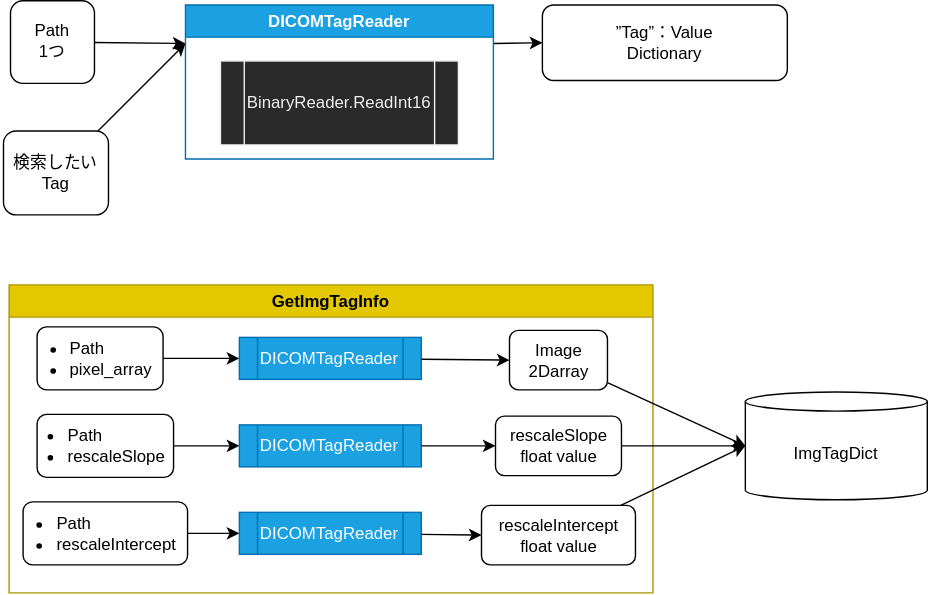
The draw.io diagram DICOMReader.drawio.svg in nawaday-code/Protector_controller, before a commit. Source tidied: cells renumbered, new cells last; positions are measured from the earlier drawing's top-left corner, leaving out a move shared by most shapes.
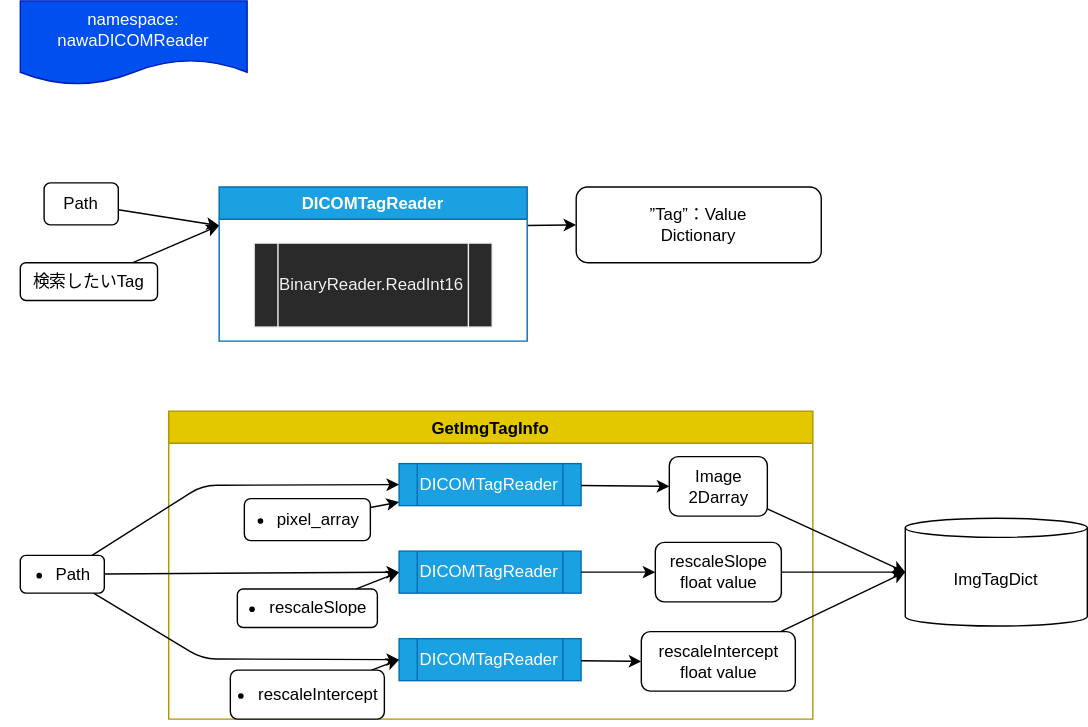
After the commit.

The edit, as a diff of the source:
```diff
@@ -6,7 +6,7 @@
       <mxGeometry relative="1" as="geometry" />
     </mxCell>
     <mxCell id="3" value="DICOMTagReader" style="swimlane;fillColor=#1ba1e2;strokeColor=#006EAF;fontColor=#ffffff;" parent="1" vertex="1">
-      <mxGeometry x="130" y="3" width="220" height="110" as="geometry" />
+      <mxGeometry x="142" y="133" width="220" height="110" as="geometry" />
     </mxCell>
     <mxCell id="4" value="BinaryReader.ReadInt16" style="shape=process;whiteSpace=wrap;html=1;backgroundOutline=1;fontFamily=Helvetica;fontSize=12;fontColor=#f0f0f0;align=center;strokeColor=#f0f0f0;fillColor=#2a2a2a;" parent="3" vertex="1">
       <mxGeometry x="25" y="40" width="170" height="60" as="geometry" />
@@ -14,20 +14,20 @@
     <mxCell id="5" style="edgeStyle=none;html=1;entryX=0;entryY=0.25;entryDx=0;entryDy=0;" parent="1" edge="1" source="6" target="3">
       <mxGeometry relative="1" as="geometry" />
     </mxCell>
-    <mxCell id="6" value="Path&lt;br&gt;1つ" style="rounded=1;whiteSpace=wrap;html=1;" parent="1" vertex="1">
-      <mxGeometry x="5" width="60" height="59" as="geometry" />
+    <mxCell id="6" value="Path" style="rounded=1;whiteSpace=wrap;html=1;" parent="1" vertex="1">
+      <mxGeometry x="17" y="130" width="53" height="30" as="geometry" />
     </mxCell>
     <mxCell id="7" style="edgeStyle=none;html=1;entryX=0;entryY=0.25;entryDx=0;entryDy=0;startArrow=none;startFill=0;" parent="1" edge="1" source="8" target="3">
       <mxGeometry relative="1" as="geometry" />
     </mxCell>
     <mxCell id="8" value="検索したいTag" style="rounded=1;whiteSpace=wrap;html=1;" parent="1" vertex="1">
-      <mxGeometry y="93" width="75" height="60" as="geometry" />
+      <mxGeometry y="187" width="98" height="27" as="geometry" />
     </mxCell>
     <mxCell id="9" value="”Tag”：Value&lt;br&gt;Dictionary" style="rounded=1;whiteSpace=wrap;html=1;" parent="1" vertex="1">
-      <mxGeometry x="385" y="3" width="175" height="54" as="geometry" />
+      <mxGeometry x="397" y="133" width="175" height="54" as="geometry" />
     </mxCell>
     <mxCell id="10" value="GetImgTagInfo" style="swimlane;fillColor=#e3c800;strokeColor=#B09500;fontColor=#000000;" parent="1" vertex="1">
-      <mxGeometry x="4" y="203" width="460" height="220" as="geometry" />
+      <mxGeometry x="106" y="293" width="460" height="220" as="geometry" />
     </mxCell>
     <mxCell id="11" value="DICOMTagReader" style="shape=process;whiteSpace=wrap;html=1;backgroundOutline=1;fillColor=#1ba1e2;strokeColor=#006EAF;fontColor=#ffffff;" parent="10" vertex="1">
       <mxGeometry x="164.5" y="162.5" width="130" height="30" as="geometry" />
@@ -38,8 +38,8 @@
     <mxCell id="13" style="edgeStyle=none;html=1;entryX=0;entryY=0.5;entryDx=0;entryDy=0;" parent="10" edge="1" source="11" target="12">
       <mxGeometry relative="1" as="geometry" />
     </mxCell>
-    <mxCell id="14" value="&lt;ul&gt;&lt;li style=&quot;text-align: left&quot;&gt;&lt;span&gt;Path&lt;/span&gt;&lt;/li&gt;&lt;li style=&quot;text-align: left&quot;&gt;pixel_array&lt;/li&gt;&lt;/ul&gt;" style="rounded=1;whiteSpace=wrap;html=1;labelPosition=center;verticalLabelPosition=middle;align=center;verticalAlign=middle;textDirection=ltr;spacing=2;spacingLeft=-24;" parent="10" vertex="1">
-      <mxGeometry x="20" y="30" width="90" height="45" as="geometry" />
+    <mxCell id="14" value="&lt;ul&gt;&lt;li style=&quot;text-align: left&quot;&gt;pixel_array&lt;/li&gt;&lt;/ul&gt;" style="rounded=1;whiteSpace=wrap;html=1;labelPosition=center;verticalLabelPosition=middle;align=center;verticalAlign=middle;textDirection=ltr;spacing=2;spacingLeft=-24;" parent="10" vertex="1">
+      <mxGeometry x="54" y="62.5" width="90" height="30" as="geometry" />
     </mxCell>
     <mxCell id="15" value="DICOMTagReader" style="shape=process;whiteSpace=wrap;html=1;backgroundOutline=1;fillColor=#1ba1e2;strokeColor=#006EAF;fontColor=#ffffff;" parent="10" vertex="1">
       <mxGeometry x="164.5" y="37.5" width="130" height="30" as="geometry" />
@@ -53,8 +53,8 @@
     <mxCell id="18" style="edgeStyle=none;html=1;entryX=0;entryY=0.5;entryDx=0;entryDy=0;" parent="10" edge="1" source="15" target="17">
       <mxGeometry relative="1" as="geometry" />
     </mxCell>
-    <mxCell id="19" value="&lt;ul&gt;&lt;li style=&quot;text-align: left&quot;&gt;&lt;span&gt;Path&lt;/span&gt;&lt;/li&gt;&lt;li style=&quot;text-align: left&quot;&gt;rescaleSlope&lt;/li&gt;&lt;/ul&gt;" style="rounded=1;whiteSpace=wrap;html=1;labelPosition=center;verticalLabelPosition=middle;align=center;verticalAlign=middle;textDirection=ltr;spacing=2;spacingLeft=-24;" parent="10" vertex="1">
-      <mxGeometry x="20" y="92.5" width="97.5" height="45" as="geometry" />
+    <mxCell id="19" value="&lt;ul&gt;&lt;li style=&quot;text-align: left&quot;&gt;rescaleSlope&lt;/li&gt;&lt;/ul&gt;" style="rounded=1;whiteSpace=wrap;html=1;labelPosition=center;verticalLabelPosition=middle;align=center;verticalAlign=middle;textDirection=ltr;spacing=2;spacingLeft=-24;" parent="10" vertex="1">
+      <mxGeometry x="49" y="127" width="100" height="27.5" as="geometry" />
     </mxCell>
     <mxCell id="20" value="DICOMTagReader" style="shape=process;whiteSpace=wrap;html=1;backgroundOutline=1;fillColor=#1ba1e2;strokeColor=#006EAF;fontColor=#ffffff;" parent="10" vertex="1">
       <mxGeometry x="164.5" y="100" width="130" height="30" as="geometry" />
@@ -71,11 +71,11 @@
     <mxCell id="24" style="edgeStyle=none;html=1;entryX=0;entryY=0.5;entryDx=0;entryDy=0;" parent="10" edge="1" source="25" target="11">
       <mxGeometry relative="1" as="geometry" />
     </mxCell>
-    <mxCell id="25" value="&lt;ul&gt;&lt;li style=&quot;text-align: left&quot;&gt;&lt;span&gt;Path&lt;/span&gt;&lt;/li&gt;&lt;li style=&quot;text-align: left&quot;&gt;rescaleIntercept&lt;/li&gt;&lt;/ul&gt;" style="rounded=1;whiteSpace=wrap;html=1;labelPosition=center;verticalLabelPosition=middle;align=center;verticalAlign=middle;textDirection=ltr;spacing=2;spacingLeft=-24;" parent="10" vertex="1">
-      <mxGeometry x="10" y="155" width="117.5" height="45" as="geometry" />
+    <mxCell id="25" value="&lt;ul&gt;&lt;li style=&quot;text-align: left&quot;&gt;&lt;span&gt;rescaleIntercept&lt;/span&gt;&lt;br&gt;&lt;/li&gt;&lt;/ul&gt;" style="rounded=1;whiteSpace=wrap;html=1;labelPosition=center;verticalLabelPosition=middle;align=center;verticalAlign=middle;textDirection=ltr;spacing=2;spacingLeft=-24;" parent="10" vertex="1">
+      <mxGeometry x="44" y="185" width="110" height="35" as="geometry" />
     </mxCell>
     <mxCell id="26" value="ImgTagDict" style="shape=cylinder3;whiteSpace=wrap;html=1;boundedLbl=1;backgroundOutline=1;size=6.823550953584629;" parent="1" vertex="1">
-      <mxGeometry x="530" y="279.5" width="130" height="77" as="geometry" />
+      <mxGeometry x="632" y="369.5" width="130" height="77" as="geometry" />
     </mxCell>
     <mxCell id="27" style="edgeStyle=none;html=1;entryX=0;entryY=0.5;entryDx=0;entryDy=0;entryPerimeter=0;" parent="1" edge="1" source="17" target="26">
       <mxGeometry relative="1" as="geometry" />
@@ -86,5 +86,28 @@
     <mxCell id="29" style="edgeStyle=none;html=1;entryX=0;entryY=0.5;entryDx=0;entryDy=0;entryPerimeter=0;" parent="1" edge="1" source="12" target="26">
       <mxGeometry relative="1" as="geometry" />
     </mxCell>
+    <mxCell id="30" value="namespace:&lt;br&gt;nawaDICOMReader" style="shape=document;whiteSpace=wrap;html=1;boundedLbl=1;fontFamily=Helvetica;fontSize=12;fontColor=#ffffff;align=center;strokeColor=#001DBC;fillColor=#0050ef;" parent="1" vertex="1">
+      <mxGeometry width="162" height="60" as="geometry" />
+    </mxCell>
+    <mxCell id="31" style="edgeStyle=none;html=1;entryX=0;entryY=0.5;entryDx=0;entryDy=0;" parent="1" edge="1" source="34" target="15">
+      <mxGeometry relative="1" as="geometry">
+        <Array as="points">
+          <mxPoint x="130" y="346" />
+        </Array>
+      </mxGeometry>
+    </mxCell>
+    <mxCell id="32" style="edgeStyle=none;html=1;entryX=0;entryY=0.5;entryDx=0;entryDy=0;" parent="1" edge="1" source="34" target="20">
+      <mxGeometry relative="1" as="geometry" />
+    </mxCell>
+    <mxCell id="33" style="edgeStyle=none;html=1;entryX=0;entryY=0.5;entryDx=0;entryDy=0;" parent="1" edge="1" source="34" target="11">
+      <mxGeometry relative="1" as="geometry">
+        <Array as="points">
+          <mxPoint x="130" y="470" />
+        </Array>
+      </mxGeometry>
+    </mxCell>
+    <mxCell id="34" value="&lt;ul&gt;&lt;li style=&quot;text-align: left&quot;&gt;&lt;span&gt;Path&lt;/span&gt;&lt;/li&gt;&lt;/ul&gt;" style="rounded=1;whiteSpace=wrap;html=1;labelPosition=center;verticalLabelPosition=middle;align=center;verticalAlign=middle;textDirection=ltr;spacing=2;spacingLeft=-24;" parent="1" vertex="1">
+      <mxGeometry y="396" width="60" height="27" as="geometry" />
+    </mxCell>
   </root>
 </mxGraphModel>
```
